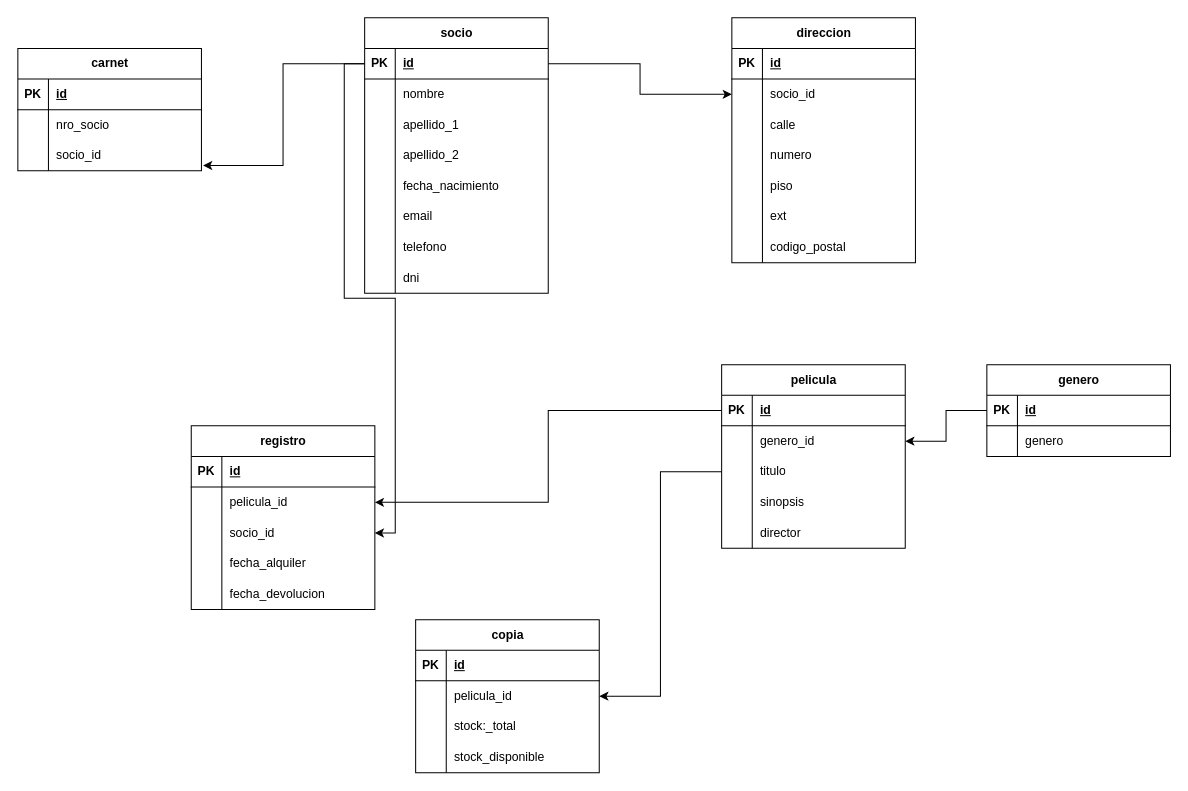
Before: videoclub.drawio in jairom94/modelado_videoclub, a draw.io diagram. Source tidied: cells renumbered, new cells numbered last; positions are measured from the earlier drawing's top-left corner, leaving out a move shared by most shapes. Both pictures are drawn from the tidied source at 102%, with x=0, y=0 at pixel (17, 17).
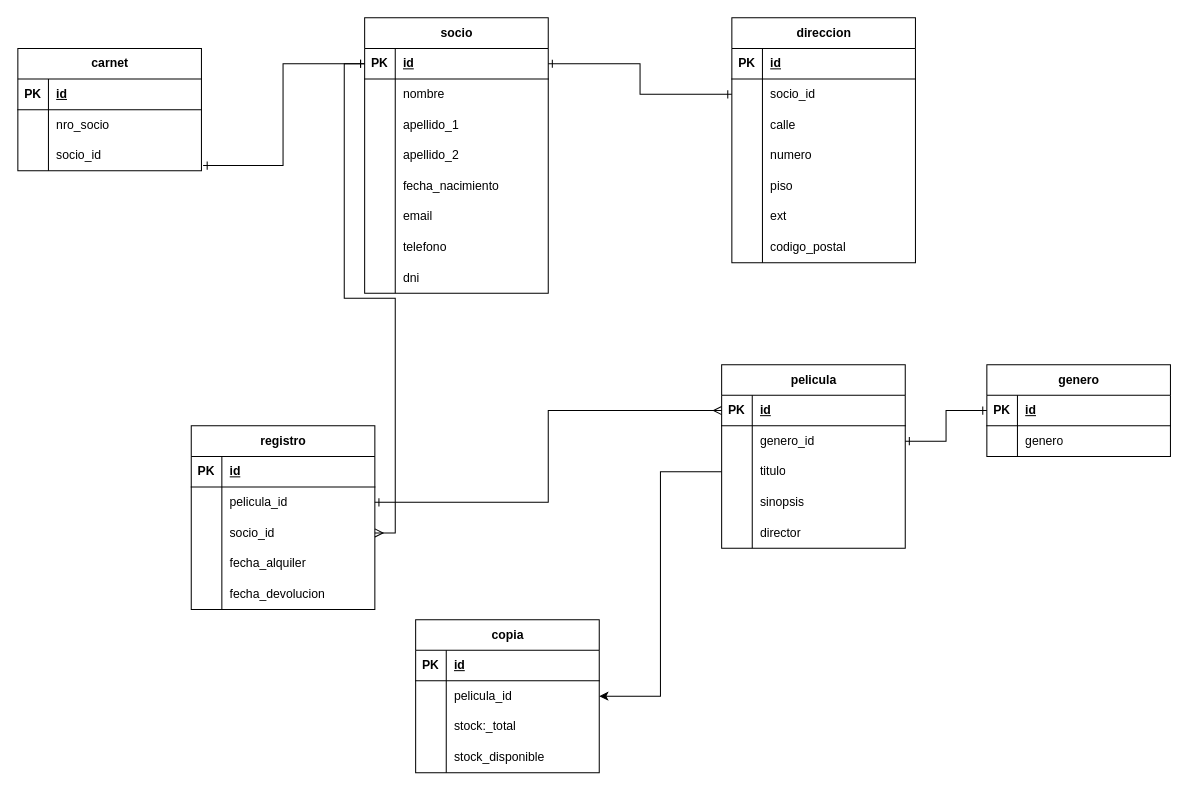
After the change.

Commit message:
corrigiendo relaciones

The change refers to these unchanged cells:
```xml
<mxCell id="3" style="shape=tableRow;horizontal=0;startSize=0;swimlaneHead=0;swimlaneBody=0;fillColor=none;points=[[0,0.5],[1,0.5]];portConstraint=eastwest;top=0;left=0;right=0;bottom=1;" parent="2" vertex="1">
  <mxGeometry y="30" width="180" height="30" as="geometry" />
</mxCell>
<mxCell id="31" style="shape=tableRow;horizontal=0;startSize=0;swimlaneHead=0;swimlaneBody=0;fillColor=none;points=[[0,0.5],[1,0.5]];portConstraint=eastwest;top=0;left=0;right=0;bottom=0;" parent="27" vertex="1">
  <mxGeometry y="60" width="180" height="30" as="geometry" />
</mxCell>
<mxCell id="51" style="shape=tableRow;horizontal=0;startSize=0;swimlaneHead=0;swimlaneBody=0;fillColor=none;points=[[0,0.5],[1,0.5]];portConstraint=eastwest;top=0;left=0;right=0;bottom=1;" parent="50" vertex="1">
  <mxGeometry y="30" width="180" height="30" as="geometry" />
</mxCell>
<mxCell id="54" style="shape=tableRow;horizontal=0;startSize=0;swimlaneHead=0;swimlaneBody=0;fillColor=none;points=[[0,0.5],[1,0.5]];portConstraint=eastwest;top=0;left=0;right=0;bottom=0;" parent="50" vertex="1">
  <mxGeometry y="60" width="180" height="30" as="geometry" />
</mxCell>
<mxCell id="83" style="shape=tableRow;horizontal=0;startSize=0;swimlaneHead=0;swimlaneBody=0;fillColor=none;points=[[0,0.5],[1,0.5]];portConstraint=eastwest;top=0;left=0;right=0;bottom=0;" parent="79" vertex="1">
  <mxGeometry y="60" width="180" height="30" as="geometry" />
</mxCell>
<mxCell id="86" style="shape=tableRow;horizontal=0;startSize=0;swimlaneHead=0;swimlaneBody=0;fillColor=none;points=[[0,0.5],[1,0.5]];portConstraint=eastwest;top=0;left=0;right=0;bottom=0;" parent="79" vertex="1">
  <mxGeometry y="90" width="180" height="30" as="geometry" />
</mxCell>
<mxCell id="99" style="shape=tableRow;horizontal=0;startSize=0;swimlaneHead=0;swimlaneBody=0;fillColor=none;points=[[0,0.5],[1,0.5]];portConstraint=eastwest;top=0;left=0;right=0;bottom=1;" parent="98" vertex="1">
  <mxGeometry y="30" width="180" height="30" as="geometry" />
</mxCell>
<mxCell id="113" style="shape=tableRow;horizontal=0;startSize=0;swimlaneHead=0;swimlaneBody=0;fillColor=none;points=[[0,0.5],[1,0.5]];portConstraint=eastwest;top=0;left=0;right=0;bottom=0;" parent="106" vertex="1">
  <mxGeometry y="90" width="180" height="30" as="geometry" />
</mxCell>
```

The edit, as a diff of the source:
```diff
@@
-    <mxCell id="49" style="edgeStyle=orthogonalEdgeStyle;rounded=0;jettySize=auto;html=1;" parent="1" edge="1" source="3" target="31">
+    <mxCell id="49" style="edgeStyle=orthogonalEdgeStyle;rounded=0;jettySize=auto;html=1;startArrow=ERone;startFill=0;endArrow=ERone;endFill=0;" parent="1" edge="1" source="3" target="31">
       <mxGeometry relative="1" as="geometry" />
     </mxCell>
@@
-    <mxCell id="96" style="edgeStyle=orthogonalEdgeStyle;rounded=0;jettySize=auto;html=1;" parent="1" edge="1" source="51" target="83">
+    <mxCell id="96" style="edgeStyle=orthogonalEdgeStyle;rounded=0;jettySize=auto;html=1;startArrow=ERmany;startFill=0;endArrow=ERone;endFill=0;" parent="1" edge="1" source="51" target="83">
       <mxGeometry relative="1" as="geometry" />
     </mxCell>
-    <mxCell id="97" style="edgeStyle=orthogonalEdgeStyle;rounded=0;jettySize=auto;html=1;" parent="1" edge="1" source="3" target="86">
+    <mxCell id="97" style="edgeStyle=orthogonalEdgeStyle;rounded=0;jettySize=auto;html=1;startArrow=ERone;startFill=0;endArrow=ERmany;endFill=0;" parent="1" edge="1" source="3" target="86">
       <mxGeometry relative="1" as="geometry" />
     </mxCell>
@@
-    <mxCell id="105" style="edgeStyle=orthogonalEdgeStyle;rounded=0;jettySize=auto;html=1;" parent="1" edge="1" source="99" target="54">
+    <mxCell id="105" style="edgeStyle=orthogonalEdgeStyle;rounded=0;jettySize=auto;html=1;startArrow=ERone;startFill=0;endArrow=ERone;endFill=0;" parent="1" edge="1" source="99" target="54">
       <mxGeometry relative="1" as="geometry" />
     </mxCell>
@@
-    <mxCell id="116" style="edgeStyle=orthogonalEdgeStyle;rounded=0;jettySize=auto;html=1;entryX=1.009;entryY=0.827;entryDx=0;entryDy=0;entryPerimeter=0;" parent="1" edge="1" source="3" target="113">
+    <mxCell id="116" style="edgeStyle=orthogonalEdgeStyle;rounded=0;jettySize=auto;html=1;entryX=1.009;entryY=0.827;entryDx=0;entryDy=0;entryPerimeter=0;startArrow=ERone;startFill=0;endArrow=ERone;endFill=0;" parent="1" edge="1" source="3" target="113">
       <mxGeometry relative="1" as="geometry" />
     </mxCell>
```
